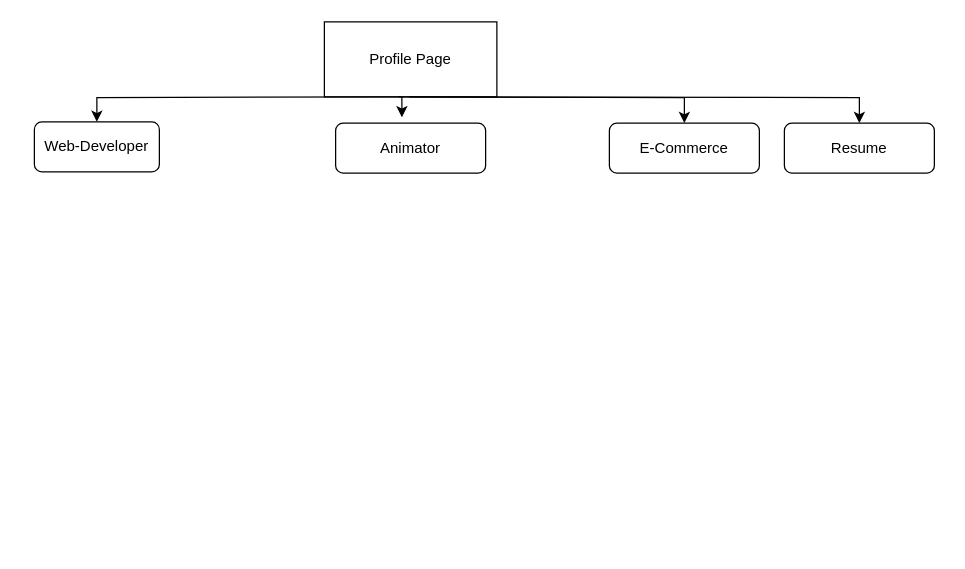
Earlier version of the draw.io diagram Untitled Diagram.drawio (rafalaidlaw/flowcharts). Source tidied: cells renumbered, new cells numbered last; positions are measured from the earlier drawing's top-left corner, leaving out a move shared by most shapes. Both pictures are drawn from the tidied source at 125%, with x=0, y=0 at pixel (34, 21).
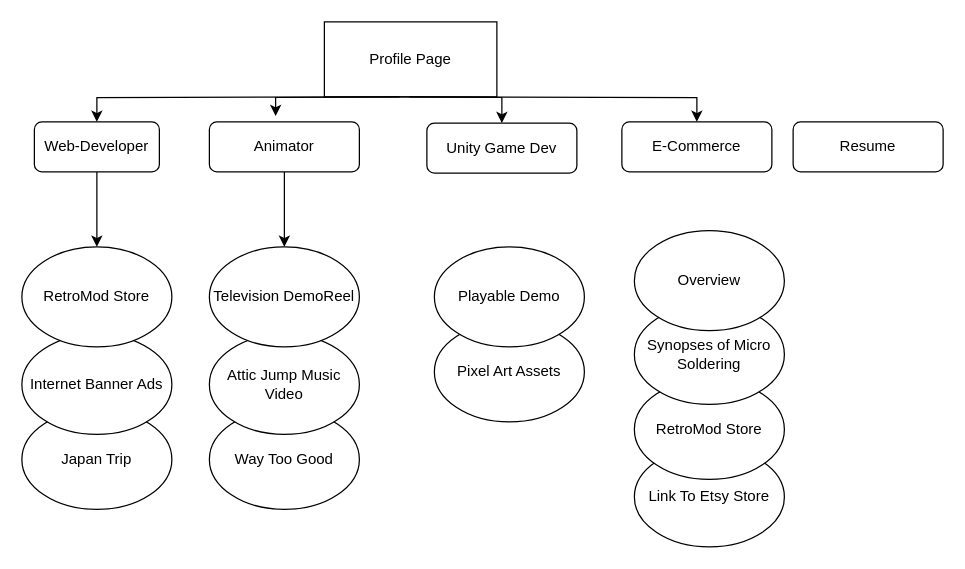
The same diagram, later.

Unchanged cells that the change refers to:
```xml
<mxCell id="5" value="Web-Developer" style="rounded=1;whiteSpace=wrap;html=1;" parent="1" vertex="1">
  <mxGeometry y="80" width="100" height="40" as="geometry" />
</mxCell>
```

The edit, as a diff of the source:
```diff
@@
+    <mxCell id="12" style="edgeStyle=orthogonalEdgeStyle;rounded=0;jettySize=auto;html=1;exitX=0.5;exitY=1;exitDx=0;exitDy=0;entryX=0.5;entryY=0;entryDx=0;entryDy=0;" parent="1" edge="1" source="5" target="15">
+      <mxGeometry relative="1" as="geometry" />
+    </mxCell>
@@
     <mxCell id="6" value="Animator" style="rounded=1;whiteSpace=wrap;html=1;" parent="1" vertex="1">
-      <mxGeometry x="241" y="81" width="120" height="40" as="geometry" />
+      <mxGeometry x="140" y="80" width="120" height="40" as="geometry" />
     </mxCell>
@@
     <mxCell id="8" value="E-Commerce" style="rounded=1;whiteSpace=wrap;html=1;" parent="1" vertex="1">
-      <mxGeometry x="460" y="81" width="120" height="40" as="geometry" />
+      <mxGeometry x="470" y="80" width="120" height="40" as="geometry" />
     </mxCell>
-    <mxCell id="9" value="Resume" style="rounded=1;whiteSpace=wrap;html=1;" parent="1" vertex="1">
-      <mxGeometry x="600" y="81" width="120" height="40" as="geometry" />
+    <mxCell id="9" value="Unity Game Dev" style="rounded=1;whiteSpace=wrap;html=1;" parent="1" vertex="1">
+      <mxGeometry x="314" y="81" width="120" height="40" as="geometry" />
     </mxCell>
@@
+    <mxCell id="13" value="Japan Trip" style="ellipse;whiteSpace=wrap;html=1;" parent="1" vertex="1">
+      <mxGeometry x="-10" y="310" width="120" height="80" as="geometry" />
+    </mxCell>
+    <mxCell id="14" value="Internet Banner Ads" style="ellipse;whiteSpace=wrap;html=1;" parent="1" vertex="1">
+      <mxGeometry x="-10" y="250" width="120" height="80" as="geometry" />
+    </mxCell>
+    <mxCell id="15" value="RetroMod Store" style="ellipse;whiteSpace=wrap;html=1;" parent="1" vertex="1">
+      <mxGeometry x="-10" y="180" width="120" height="80" as="geometry" />
+    </mxCell>
+    <mxCell id="16" value="Way Too Good" style="ellipse;whiteSpace=wrap;html=1;" parent="1" vertex="1">
+      <mxGeometry x="140" y="310" width="120" height="80" as="geometry" />
+    </mxCell>
+    <mxCell id="17" value="Attic Jump Music Video" style="ellipse;whiteSpace=wrap;html=1;" parent="1" vertex="1">
+      <mxGeometry x="140" y="250" width="120" height="80" as="geometry" />
+    </mxCell>
+    <mxCell id="18" value="Television DemoReel" style="ellipse;whiteSpace=wrap;html=1;" parent="1" vertex="1">
+      <mxGeometry x="140" y="180" width="120" height="80" as="geometry" />
+    </mxCell>
+    <mxCell id="19" value="Pixel Art Assets" style="ellipse;whiteSpace=wrap;html=1;" parent="1" vertex="1">
+      <mxGeometry x="320" y="240" width="120" height="80" as="geometry" />
+    </mxCell>
+    <mxCell id="20" value="Playable Demo" style="ellipse;whiteSpace=wrap;html=1;" parent="1" vertex="1">
+      <mxGeometry x="320" y="180" width="120" height="80" as="geometry" />
+    </mxCell>
+    <mxCell id="21" value="Resume" style="rounded=1;whiteSpace=wrap;html=1;" parent="1" vertex="1">
+      <mxGeometry x="607" y="80" width="120" height="40" as="geometry" />
+    </mxCell>
+    <mxCell id="22" style="endArrow=classic;html=1;rounded=0;exitX=0.5;exitY=1;exitDx=0;exitDy=0;entryX=0.5;entryY=0;entryDx=0;entryDy=0;" parent="1" edge="1" source="6" target="18">
+      <mxGeometry relative="1" as="geometry" />
+    </mxCell>
+    <mxCell id="23" value="Link To Etsy Store" style="ellipse;whiteSpace=wrap;html=1;" parent="1" vertex="1">
+      <mxGeometry x="480" y="340" width="120" height="80" as="geometry" />
+    </mxCell>
+    <mxCell id="24" value="RetroMod Store" style="ellipse;whiteSpace=wrap;html=1;" parent="1" vertex="1">
+      <mxGeometry x="480" y="286" width="120" height="80" as="geometry" />
+    </mxCell>
+    <mxCell id="25" value="Synopses of Micro&lt;div&gt;Soldering&lt;/div&gt;" style="ellipse;whiteSpace=wrap;html=1;" parent="1" vertex="1">
+      <mxGeometry x="480" y="226" width="120" height="80" as="geometry" />
+    </mxCell>
+    <mxCell id="26" value="Overview" style="ellipse;whiteSpace=wrap;html=1;" parent="1" vertex="1">
+      <mxGeometry x="480" y="167" width="120" height="80" as="geometry" />
+    </mxCell>
```
